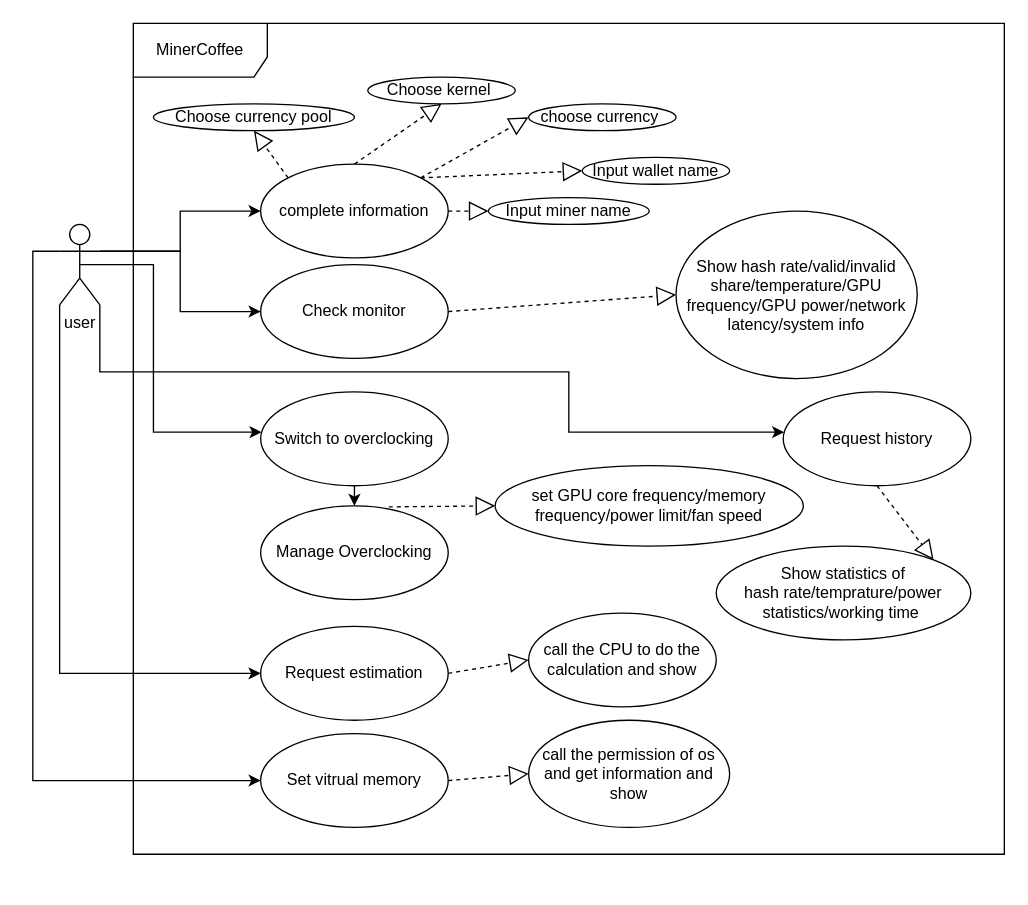
Before: Documentation/Proposal/Diagrams/proposal_usercase.drawio in UndertakerW/MinersCoffee, a draw.io diagram. Source tidied: cells renumbered, new cells numbered last; positions are measured from the earlier drawing's top-left corner, leaving out a move shared by most shapes. Both pictures are drawn from the tidied source at 134%, with x=0, y=0 at pixel (59, 23).
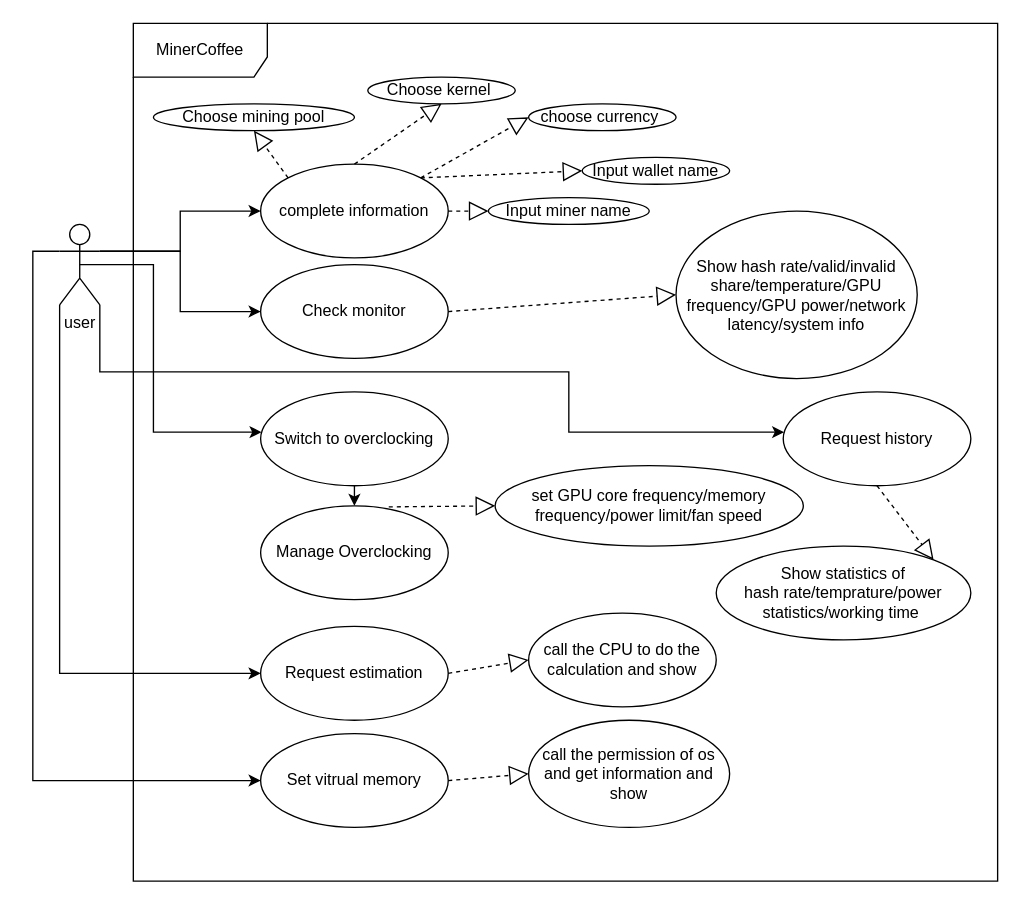
After the change.

Diff of the diagram source:
```diff
@@
     <mxCell id="2" value="MinerCoffee" style="shape=umlFrame;whiteSpace=wrap;html=1;width=100;height=40;" parent="1" vertex="1">
-      <mxGeometry x="55" width="650" height="620" as="geometry" />
+      <mxGeometry x="55" width="645" height="640" as="geometry" />
     </mxCell>
@@
-    <mxCell id="11" value="Choose currency pool" style="ellipse;whiteSpace=wrap;html=1;" parent="1" vertex="1">
+    <mxCell id="11" value="Choose mining pool" style="ellipse;whiteSpace=wrap;html=1;" parent="1" vertex="1">
       <mxGeometry x="70" y="60" width="150" height="20" as="geometry" />
     </mxCell>
```
